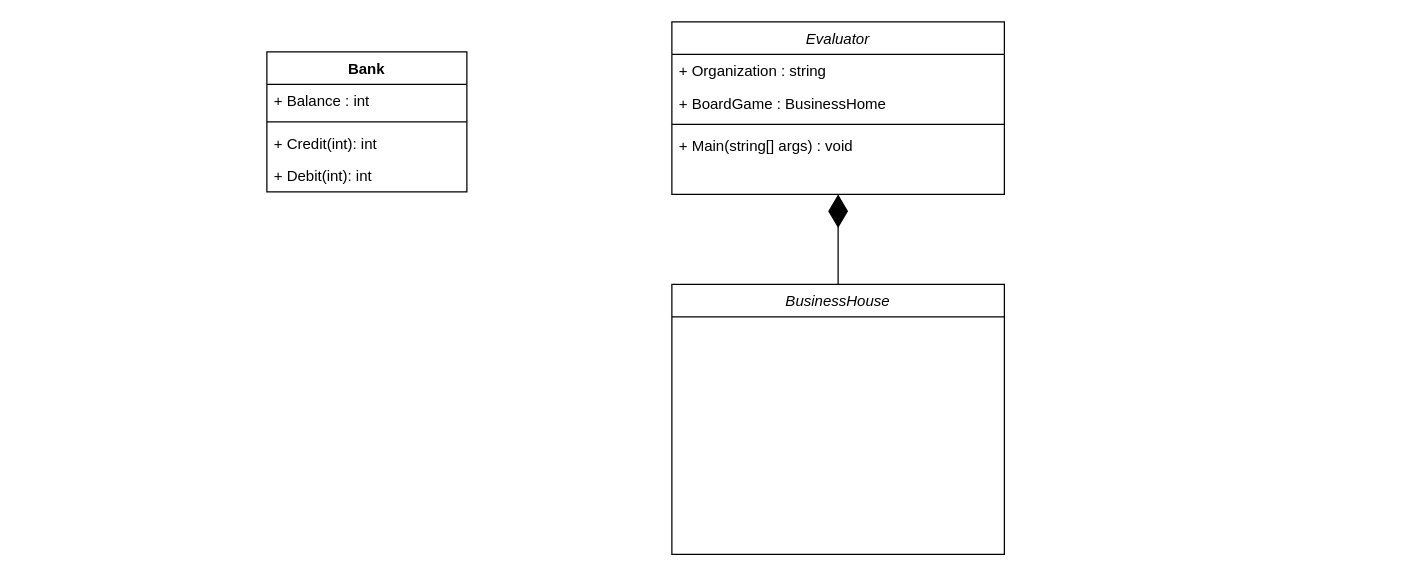
Earlier version of the draw.io diagram design/boardgame-logicalview.drawio (ksivasenthil/boardgame). Source tidied: cells renumbered, new cells numbered last; positions are measured from the earlier drawing's top-left corner, leaving out a move shared by most shapes. Both pictures are drawn from the tidied source at 125%, with x=0, y=0 at pixel (266, 21).
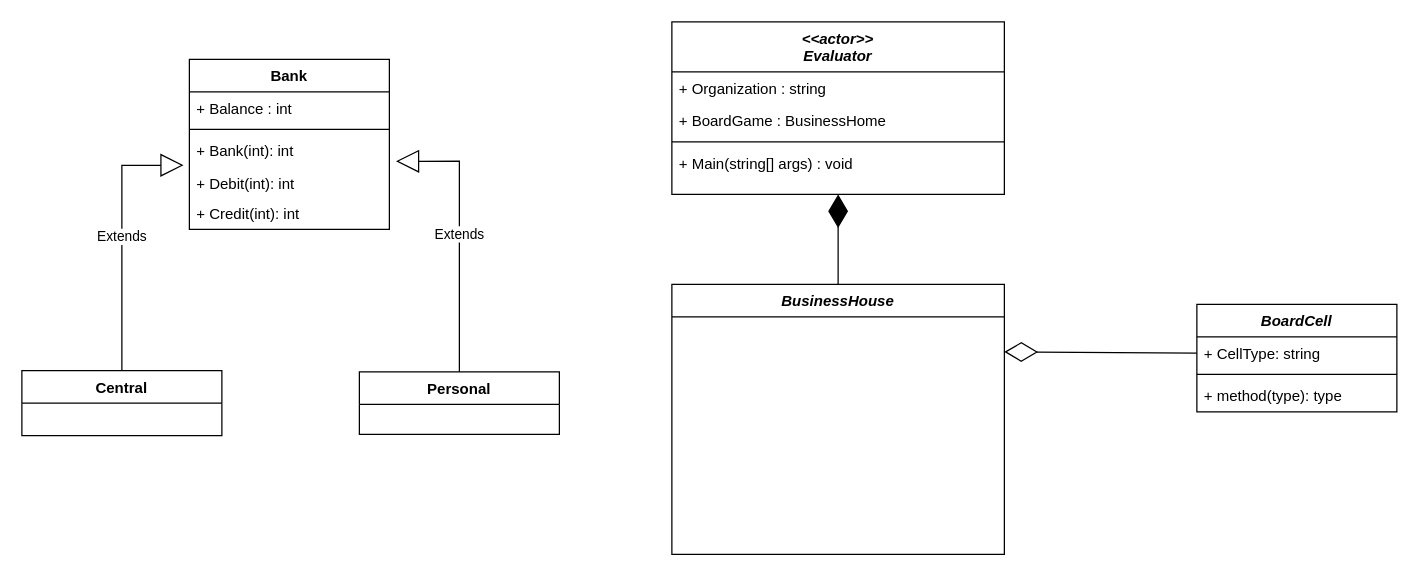
After the change.

Commit message:
added bank model and its specialization.

Change to the diagram source:
```diff
@@
+    <mxCell id="7" style="endArrow=diamondThin;endFill=1;endSize=24;html=1;exitX=0.5;exitY=0;exitDx=0;exitDy=0;entryX=0.5;entryY=1;entryDx=0;entryDy=0;" parent="1" edge="1" source="8" target="2">
+      <mxGeometry relative="1" as="geometry" />
+    </mxCell>
+    <mxCell id="14" value="Extends" style="endArrow=block;endSize=16;endFill=0;html=1;exitX=0.5;exitY=0;exitDx=0;exitDy=0;rounded=0;edgeStyle=orthogonalEdgeStyle;entryX=-0.029;entryY=-0.054;entryDx=0;entryDy=0;entryPerimeter=0;" parent="1" edge="1" source="15" target="13">
+      <mxGeometry relative="1" as="geometry" />
+    </mxCell>
+    <mxCell id="15" value="Central" style="swimlane;fontStyle=1;align=center;verticalAlign=top;horizontal=1;startSize=26;" parent="1" vertex="1">
+      <mxGeometry x="-196" y="279" width="160" height="52" as="geometry" />
+    </mxCell>
-    <mxCell id="2" value="Evaluator" style="swimlane;fontStyle=2;align=center;verticalAlign=top;horizontal=1;startSize=26;rounded=0;shadow=0;strokeWidth=1;" parent="1" vertex="1">
+    <mxCell id="2" value="&lt;&lt;actor&gt;&gt;&#10;Evaluator" style="swimlane;fontStyle=3;align=center;verticalAlign=top;horizontal=1;startSize=40;rounded=0;shadow=0;strokeWidth=1;" parent="1" vertex="1">
       <mxGeometry x="324" width="266" height="138" as="geometry" />
     </mxCell>
     <mxCell id="3" value="+ Organization : string" style="text;align=left;verticalAlign=top;spacingLeft=4;spacingRight=4;overflow=hidden;rounded=0;shadow=0;html=0;" parent="2" vertex="1">
-      <mxGeometry y="26" width="266" height="26" as="geometry" />
+      <mxGeometry y="40" width="266" height="26" as="geometry" />
     </mxCell>
     <mxCell id="4" value="+ BoardGame : BusinessHome" style="text;align=left;verticalAlign=top;spacingLeft=4;spacingRight=4;overflow=hidden;rounded=0;shadow=0;html=0;" parent="2" vertex="1">
-      <mxGeometry y="52" width="266" height="26" as="geometry" />
+      <mxGeometry y="66" width="266" height="26" as="geometry" />
     </mxCell>
     <mxCell id="5" style="line;html=1;strokeWidth=1;align=left;verticalAlign=middle;spacingTop=-1;spacingLeft=3;spacingRight=3;labelPosition=right;" parent="2" vertex="1">
-      <mxGeometry y="78" width="266" height="8" as="geometry" />
+      <mxGeometry y="92" width="266" height="8" as="geometry" />
     </mxCell>
     <mxCell id="6" value="+ Main(string[] args) : void" style="text;align=left;verticalAlign=top;spacingLeft=4;spacingRight=4;overflow=hidden;" parent="2" vertex="1">
-      <mxGeometry y="86" width="266" height="26" as="geometry" />
+      <mxGeometry y="100" width="266" height="26" as="geometry" />
     </mxCell>
-    <mxCell id="7" style="endArrow=diamondThin;endFill=1;endSize=24;html=1;exitX=0.5;exitY=0;exitDx=0;exitDy=0;entryX=0.5;entryY=1;entryDx=0;entryDy=0;" parent="1" edge="1" source="8" target="2">
-      <mxGeometry relative="1" as="geometry" />
-    </mxCell>
-    <mxCell id="8" value="BusinessHouse" style="swimlane;fontStyle=2;align=center;verticalAlign=top;horizontal=1;startSize=26;rounded=0;shadow=0;strokeWidth=1;" parent="1" vertex="1">
+    <mxCell id="8" value="BusinessHouse" style="swimlane;fontStyle=3;align=center;verticalAlign=top;horizontal=1;startSize=26;rounded=0;shadow=0;strokeWidth=1;" parent="1" vertex="1">
       <mxGeometry x="324" y="210" width="266" height="216" as="geometry" />
     </mxCell>
+    <mxCell id="16" value="Extends" style="endArrow=block;endSize=16;endFill=0;html=1;exitX=0.5;exitY=0;exitDx=0;exitDy=0;edgeStyle=orthogonalEdgeStyle;rounded=0;entryX=1.033;entryY=-0.186;entryDx=0;entryDy=0;entryPerimeter=0;" parent="1" edge="1" source="18" target="13">
+      <mxGeometry relative="1" as="geometry" />
+    </mxCell>
     <mxCell id="9" value="Bank" style="swimlane;fontStyle=1;align=center;verticalAlign=top;horizontal=1;startSize=26;" parent="1" vertex="1">
-      <mxGeometry y="24" width="160" height="112" as="geometry" />
+      <mxGeometry x="-62" y="30" width="160" height="136" as="geometry" />
     </mxCell>
@@
-    <mxCell id="12" value="+ Credit(int): int" style="text;strokeColor=none;fillColor=none;align=left;verticalAlign=top;spacingLeft=4;spacingRight=4;overflow=hidden;" parent="9" vertex="1">
+    <mxCell id="12" value="+ Bank(int): int" style="text;strokeColor=none;fillColor=none;align=left;verticalAlign=top;spacingLeft=4;spacingRight=4;overflow=hidden;" parent="9" vertex="1">
       <mxGeometry y="60" width="160" height="26" as="geometry" />
     </mxCell>
     <mxCell id="13" value="+ Debit(int): int" style="text;strokeColor=none;fillColor=none;align=left;verticalAlign=top;spacingLeft=4;spacingRight=4;overflow=hidden;points=[[0,0.5],[1,0.5]];portConstraint=eastwest;" parent="9" vertex="1">
-      <mxGeometry y="86" width="160" height="26" as="geometry" />
+      <mxGeometry y="86" width="160" height="24" as="geometry" />
     </mxCell>
+    <mxCell id="17" value="+ Credit(int): int" style="text;strokeColor=none;fillColor=none;align=left;verticalAlign=top;spacingLeft=4;spacingRight=4;overflow=hidden;" parent="9" vertex="1">
+      <mxGeometry y="110" width="160" height="26" as="geometry" />
+    </mxCell>
+    <mxCell id="18" value="Personal" style="swimlane;fontStyle=1;align=center;verticalAlign=top;horizontal=1;startSize=26;" parent="1" vertex="1">
+      <mxGeometry x="74" y="280" width="160" height="50" as="geometry" />
+    </mxCell>
+    <mxCell id="19" style="endArrow=diamondThin;endFill=0;endSize=24;html=1;entryX=1;entryY=0.25;entryDx=0;entryDy=0;exitX=0;exitY=0.5;exitDx=0;exitDy=0;startSize=0;" parent="1" edge="1" source="21" target="8">
+      <mxGeometry relative="1" as="geometry" />
+    </mxCell>
+    <mxCell id="20" value="BoardCell" style="swimlane;fontStyle=3;align=center;verticalAlign=top;horizontal=1;startSize=26;" parent="1" vertex="1">
+      <mxGeometry x="744" y="226" width="160" height="86" as="geometry" />
+    </mxCell>
+    <mxCell id="21" value="+ CellType: string" style="text;strokeColor=none;fillColor=none;align=left;verticalAlign=top;spacingLeft=4;spacingRight=4;overflow=hidden;points=[[0,0.5],[1,0.5]];portConstraint=eastwest;" parent="20" vertex="1">
+      <mxGeometry y="26" width="160" height="26" as="geometry" />
+    </mxCell>
+    <mxCell id="22" style="line;strokeWidth=1;fillColor=none;align=left;verticalAlign=middle;spacingTop=-1;spacingLeft=3;spacingRight=3;labelPosition=right;" parent="20" vertex="1">
+      <mxGeometry y="52" width="160" height="8" as="geometry" />
+    </mxCell>
+    <mxCell id="23" value="+ method(type): type" style="text;strokeColor=none;fillColor=none;align=left;verticalAlign=top;spacingLeft=4;spacingRight=4;overflow=hidden;" parent="20" vertex="1">
+      <mxGeometry y="60" width="160" height="26" as="geometry" />
+    </mxCell>
```
